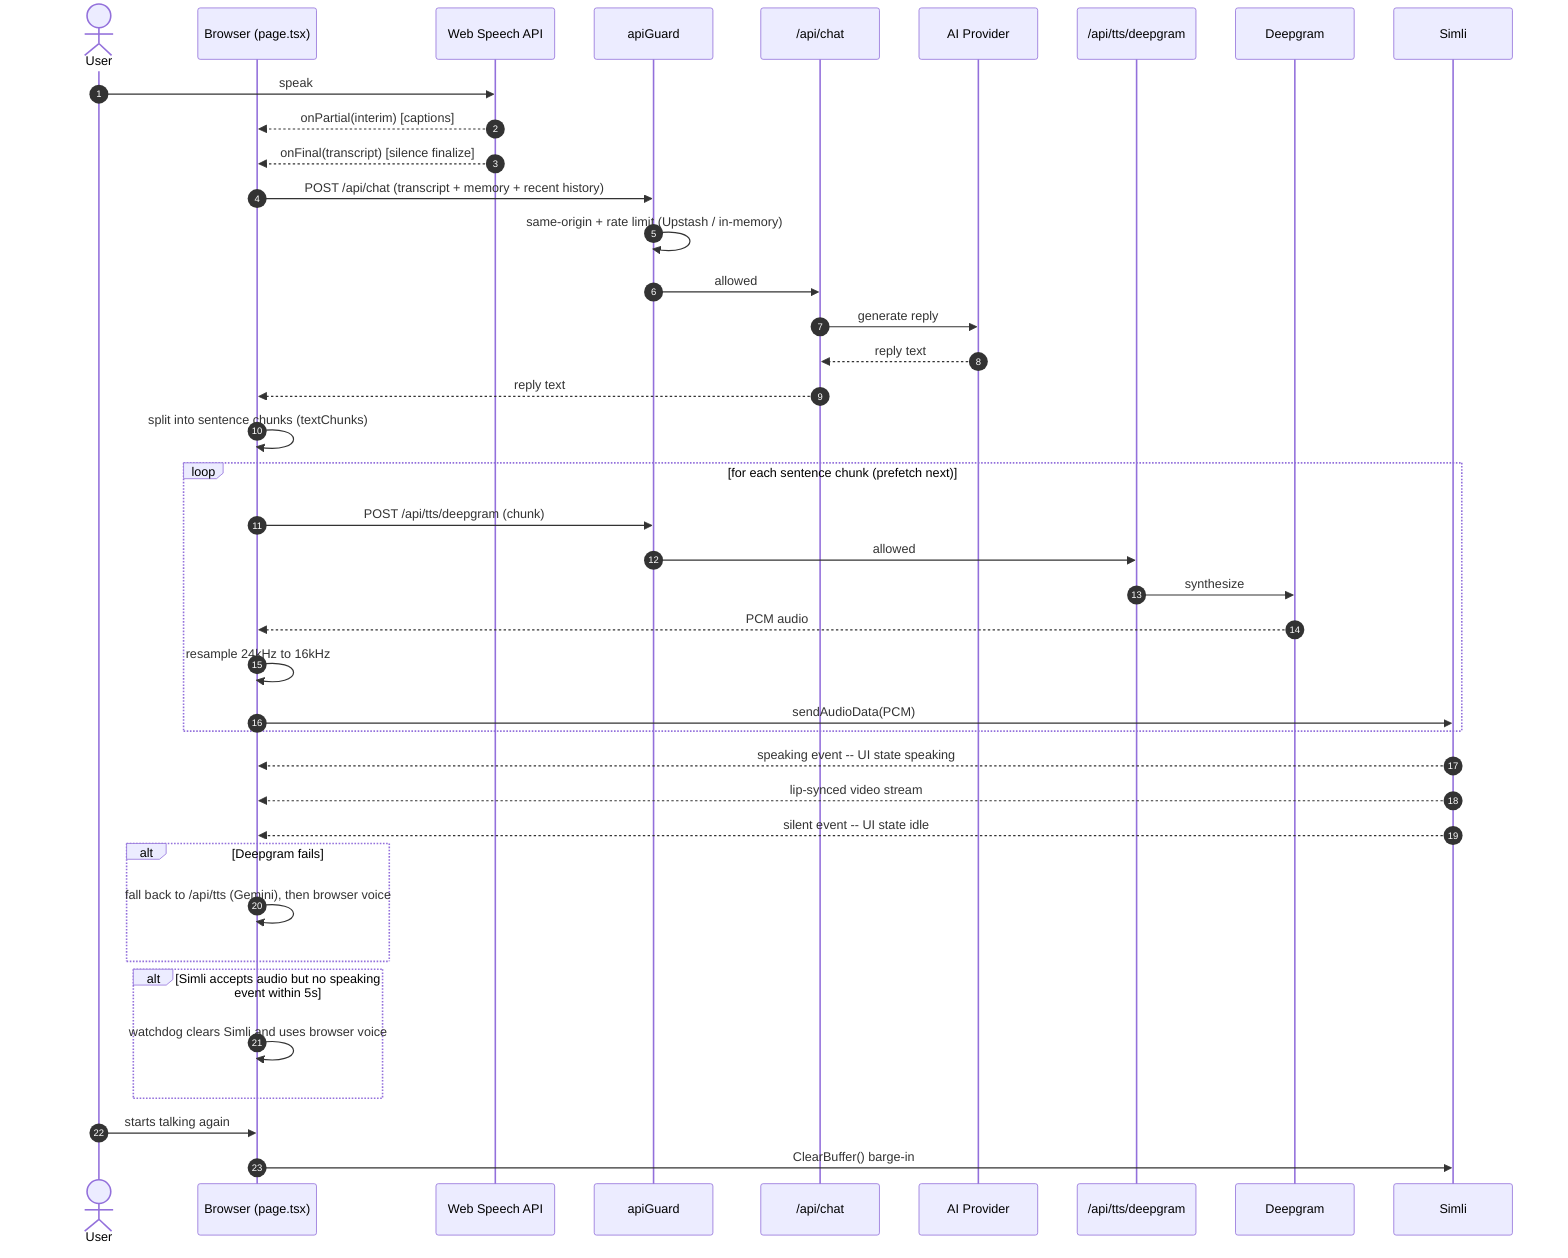
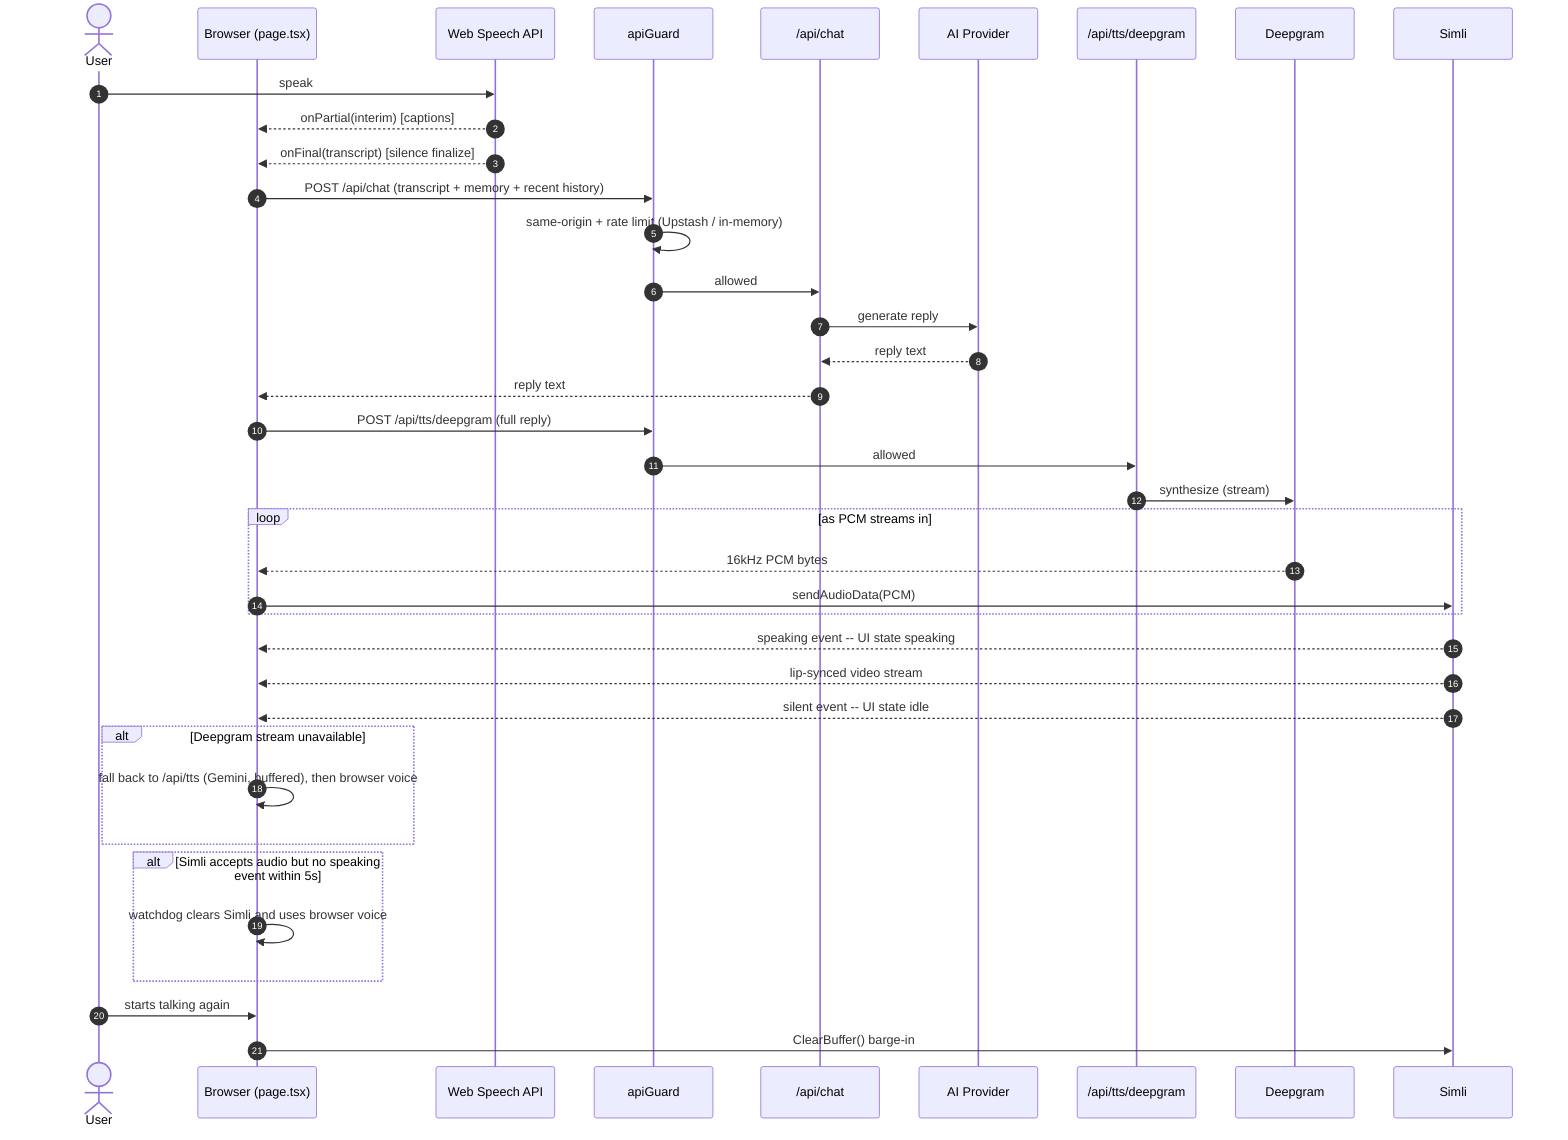
%% Mira — Voice Call Turn (live avatar mode)
%% Render: https://mermaid.live  or  mmdc -i sequence-voice-turn.mmd -o sequence-voice-turn.svg
sequenceDiagram
  autonumber
  actor User
  participant B as Browser (page.tsx)
  participant SR as Web Speech API
  participant G as apiGuard
  participant C as /api/chat
  participant AI as AI Provider
  participant TD as /api/tts/deepgram
  participant DG as Deepgram
  participant S as Simli

  User->>SR: speak
  SR-->>B: onPartial(interim) [captions]
  SR-->>B: onFinal(transcript) [silence finalize]
  B->>G: POST /api/chat (transcript + memory + recent history)
  G->>G: same-origin + rate limit (Upstash / in-memory)
  G->>C: allowed
  C->>AI: generate reply
  AI-->>C: reply text
  C-->>B: reply text
-   B->>B: split into sentence chunks (textChunks)
+   B->>G: POST /api/tts/deepgram (full reply)
+   G->>TD: allowed
+   TD->>DG: synthesize (stream)

-   loop for each sentence chunk (prefetch next)
-     B->>G: POST /api/tts/deepgram (chunk)
-     G->>TD: allowed
-     TD->>DG: synthesize
-     DG-->>B: PCM audio
-     B->>B: resample 24kHz to 16kHz
+   loop as PCM streams in
+     DG-->>B: 16kHz PCM bytes
    B->>S: sendAudioData(PCM)
  end

  S-->>B: speaking event -- UI state speaking
  S-->>B: lip-synced video stream
  S-->>B: silent event -- UI state idle

-   alt Deepgram fails
-     B->>B: fall back to /api/tts (Gemini), then browser voice
+   alt Deepgram stream unavailable
+     B->>B: fall back to /api/tts (Gemini, buffered), then browser voice
  end

  alt Simli accepts audio but no speaking event within 5s
    B->>B: watchdog clears Simli and uses browser voice
  end

  User->>B: starts talking again
  B->>S: ClearBuffer() barge-in
